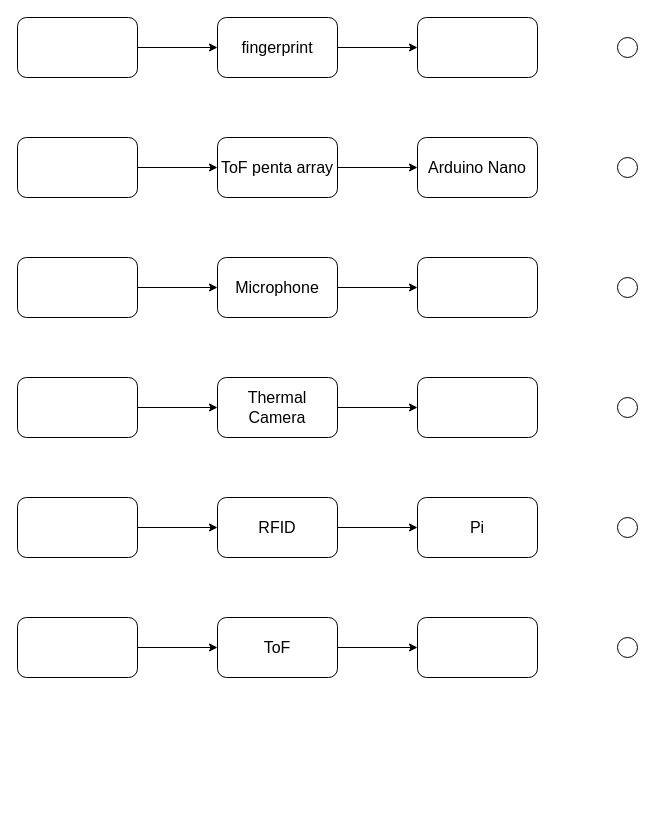
The draw.io diagram devices.drawio in utsanpb2-234/Reminder-IoT, before the edit. Source tidied: cells renumbered, new cells numbered last; positions are measured from the earlier drawing's top-left corner, leaving out a move shared by most shapes. Both pictures are drawn from the tidied source at 100%, with x=0, y=0 at pixel (17, 17).
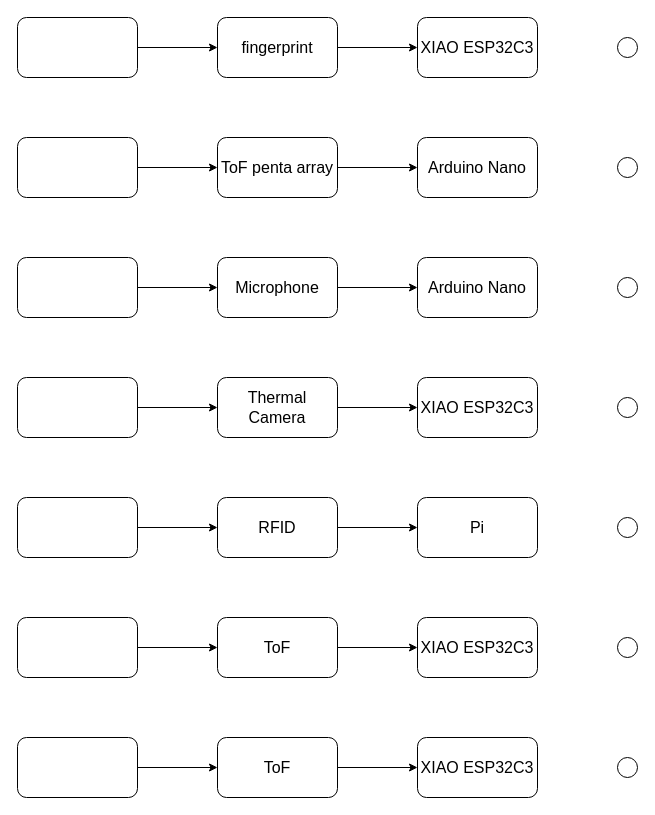
The same diagram, later.

Commit message:
update device diagram

Diff of the diagram source:
```diff
@@
-    <mxCell id="4" style="rounded=1;whiteSpace=wrap;html=1;fontSize=16;" parent="1" vertex="1">
+    <mxCell id="4" value="XIAO ESP32C3" style="rounded=1;whiteSpace=wrap;html=1;fontSize=16;" parent="1" vertex="1">
       <mxGeometry x="400" width="120" height="60" as="geometry" />
     </mxCell>
@@
-    <mxCell id="10" style="whiteSpace=wrap;html=1;rounded=1;fontSize=16;" parent="1" vertex="1">
+    <mxCell id="10" value="Arduino Nano" style="whiteSpace=wrap;html=1;rounded=1;fontSize=16;" parent="1" vertex="1">
       <mxGeometry x="400" y="240" width="120" height="60" as="geometry" />
     </mxCell>
@@
-    <mxCell id="13" style="whiteSpace=wrap;html=1;rounded=1;fontSize=16;" parent="1" vertex="1">
+    <mxCell id="13" value="XIAO ESP32C3" style="whiteSpace=wrap;html=1;rounded=1;fontSize=16;" parent="1" vertex="1">
       <mxGeometry x="400" y="360" width="120" height="60" as="geometry" />
     </mxCell>
@@
-    <mxCell id="19" style="whiteSpace=wrap;html=1;rounded=1;fontSize=16;" parent="1" vertex="1">
+    <mxCell id="19" value="XIAO ESP32C3" style="whiteSpace=wrap;html=1;rounded=1;fontSize=16;" parent="1" vertex="1">
       <mxGeometry x="400" y="600" width="120" height="60" as="geometry" />
     </mxCell>
@@
+    <mxCell id="38" style="edgeStyle=orthogonalEdgeStyle;rounded=0;jettySize=auto;html=1;fontSize=16;" parent="1" edge="1" source="39" target="40">
+      <mxGeometry relative="1" as="geometry" />
+    </mxCell>
+    <mxCell id="39" value="ToF" style="rounded=1;whiteSpace=wrap;html=1;fontSize=16;" parent="1" vertex="1">
+      <mxGeometry x="200" y="720" width="120" height="60" as="geometry" />
+    </mxCell>
+    <mxCell id="40" value="XIAO ESP32C3" style="whiteSpace=wrap;html=1;rounded=1;fontSize=16;" parent="1" vertex="1">
+      <mxGeometry x="400" y="720" width="120" height="60" as="geometry" />
+    </mxCell>
+    <mxCell id="41" style="edgeStyle=orthogonalEdgeStyle;rounded=0;jettySize=auto;html=1;" parent="1" edge="1" source="42" target="39">
+      <mxGeometry relative="1" as="geometry" />
+    </mxCell>
+    <mxCell id="42" style="whiteSpace=wrap;html=1;fontSize=16;rounded=1;" parent="1" vertex="1">
+      <mxGeometry y="720" width="120" height="60" as="geometry" />
+    </mxCell>
+    <mxCell id="43" style="ellipse;whiteSpace=wrap;html=1;" parent="1" vertex="1">
+      <mxGeometry x="600" y="740" width="20" height="20" as="geometry" />
+    </mxCell>
```
